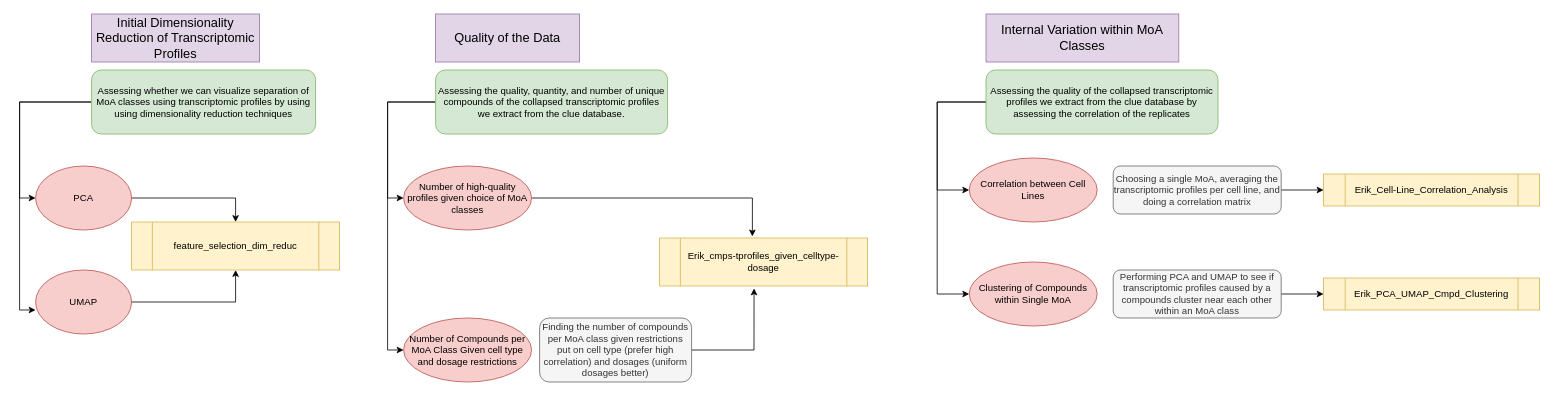
This is data_for_models/Initial_Data_Exploration.drawio from sverige16/Tomic-Chem-CP-Prot-MoA, a draw.io file, before an edit. Source tidied: cells renumbered, new cells numbered last; positions are measured from the earlier drawing's top-left corner, leaving out a move shared by most shapes. Both pictures are drawn from the tidied source at 80%, with x=0, y=0 at pixel (19, 14).
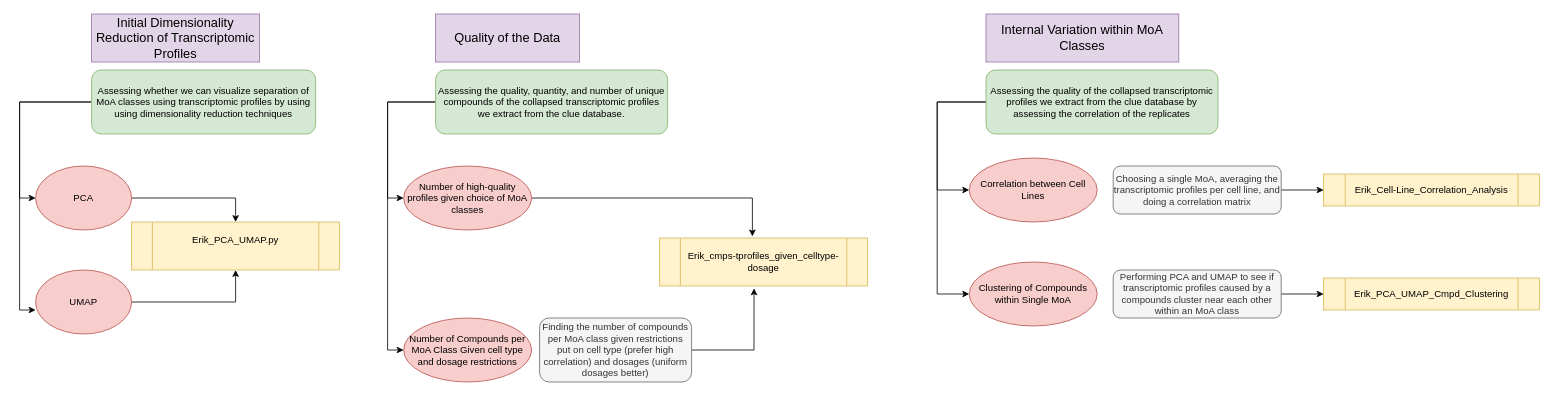
After the change.

Diff of the diagram source:
```diff
@@
-    <mxCell id="28" value="feature_selection_dim_reduc" style="shape=process;whiteSpace=wrap;html=1;backgroundOutline=1;fillColor=#fff2cc;strokeColor=#d6b656;" parent="1" vertex="1">
+    <mxCell id="28" value="&lt;div&gt;Erik_PCA_UMAP.py&lt;/div&gt;&lt;div&gt;&lt;br&gt;&lt;/div&gt;" style="shape=process;whiteSpace=wrap;html=1;backgroundOutline=1;fillColor=#fff2cc;strokeColor=#d6b656;" parent="1" vertex="1">
       <mxGeometry x="140" y="260" width="260" height="60" as="geometry" />
     </mxCell>
```
